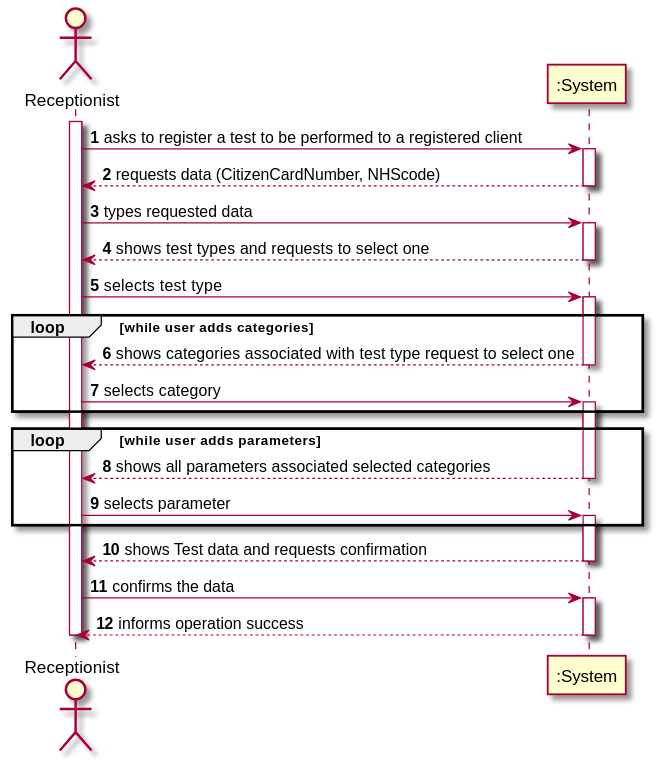
Earlier version of the PlantUML export docs/SprintC/US_4/US4_SSD.svg (ana-albergaria/LAPR2-ISEP).
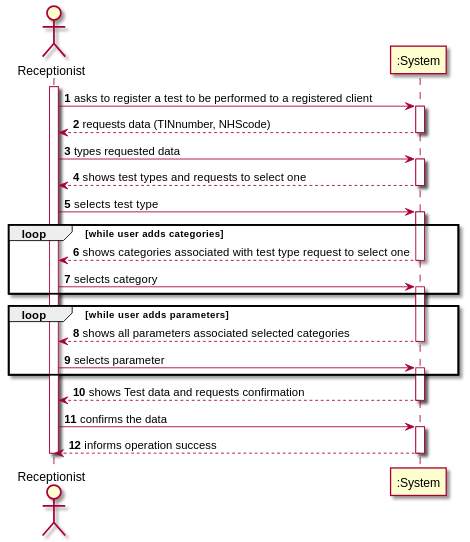
The same file after the commit.

Change to the diagram source:
```diff
@@ -6,7 +6,7 @@
 activate MLT
 MLT -> ":System" : asks to register a test to be performed to a registered client
 activate ":System"
-":System" --> MLT :requests data (CitizenCardNumber, NHScode)
+":System" --> MLT :requests data (TINnumber, NHScode)
 deactivate ":System"
 
 MLT -> ":System" : types requested data
```
